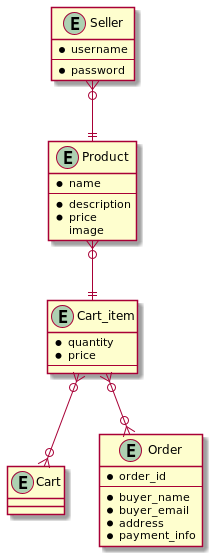
Above: depot/docs/er_digram.png in swayongshen/Depot (PlantUML), before the change.
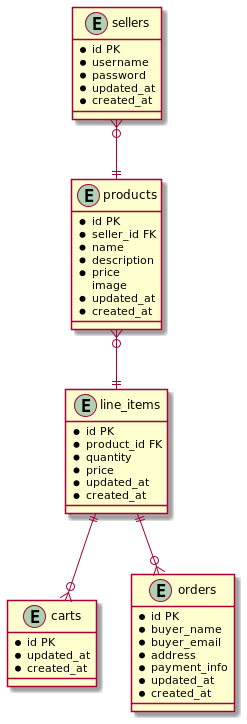
The same file after the commit.

What changed in the source:
```diff
@@ -1,40 +1,54 @@
 @startuml
 
-entity Seller {
+entity sellers {
+    * id PK
     * username
-    --
     * password
+    * updated_at
+    * created_at
 }
 
-entity Product {
+entity products {
+    * id PK
+    * seller_id FK
     * name
-    --
     * description
     * price
     image
+    * updated_at
+    * created_at
 }
 
-entity Cart_item {
+entity line_items {
+    * id PK
+    * product_id FK
     * quantity
     * price
-    --
+    * updated_at
+    * created_at
 }
 
-entity Cart {
+entity carts {
+    * id PK
+    * updated_at
+    * created_at
 }
 
-entity Order {
-    * order_id
-    --
+entity orders {
+    * id PK
     * buyer_name
     * buyer_email
     * address
     * payment_info
+    * updated_at
+    * created_at
 }
 
-Seller }o--|| Product
-Product }o--|| Cart_item
-Cart_item }o--o{ Cart
-Cart_item }o--o{ Order
+sellers }o--|| products
+products }o--|| line_items
+line_items ||--o{ carts
+line_items ||--o{ orders
+
+
 
 @enduml
```
